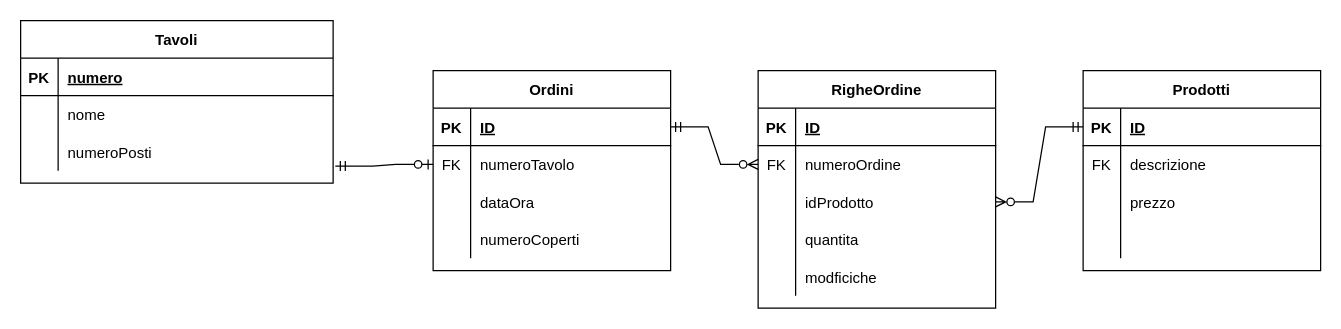
Above: doc/ristorante.drawio in frncg1tsalvad0r/ristorantePHP (draw.io), before the change. Source tidied: cells renumbered, new cells numbered last; positions are measured from the earlier drawing's top-left corner, leaving out a move shared by most shapes. Both pictures are drawn from the tidied source at 125%, with x=0, y=0 at pixel (20, 20).
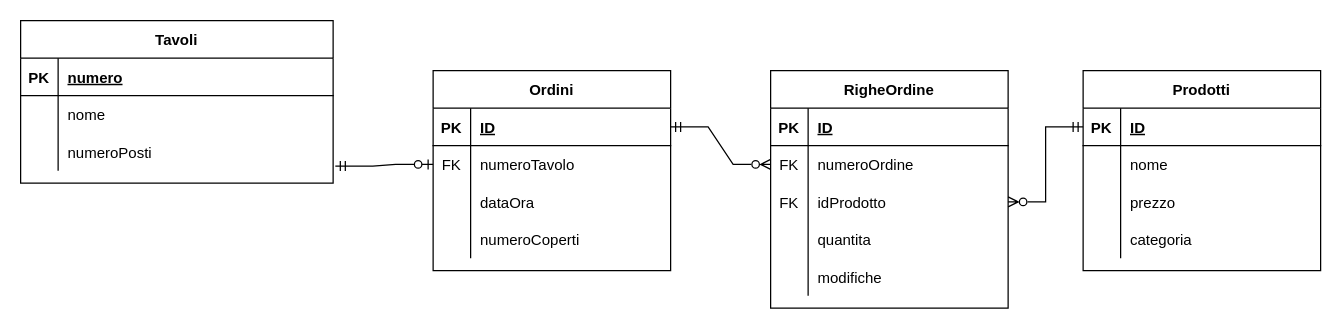
After the change.

Commit message (it also covers changes not shown here):
Aggiungo la funzionalità di ordinare i piatti per prezzo e per nome

The change refers to these unchanged cells:
```xml
<mxCell id="30" style="shape=partialRectangle;fillColor=none;top=0;left=0;right=0;bottom=0;" parent="26" vertex="1">
  <mxGeometry y="60" width="190" height="30" as="geometry" />
</mxCell>
<mxCell id="36" style="shape=partialRectangle;fillColor=none;top=0;left=0;right=0;bottom=0;" parent="26" vertex="1">
  <mxGeometry y="120" width="190" height="30" as="geometry" />
</mxCell>
<mxCell id="46" style="shape=partialRectangle;fillColor=none;points=[[0,0.5],[1,0.5]];portConstraint=eastwest;top=0;left=0;right=0;bottom=0;" parent="39" vertex="1">
  <mxGeometry y="90" width="190" height="30" as="geometry" />
</mxCell>
<mxCell id="52" style="shape=partialRectangle;fillColor=none;top=0;left=0;right=0;bottom=0;" parent="39" vertex="1">
  <mxGeometry y="150" width="190" height="30" as="geometry" />
</mxCell>
```

Diff of the diagram source:
```diff
@@
-    <mxCell id="31" value="FK" style="shape=partialRectangle;overflow=hidden;fillColor=none;top=0;left=0;bottom=0;right=0;" parent="30" vertex="1">
+    <mxCell id="31" style="shape=partialRectangle;overflow=hidden;fillColor=none;top=0;left=0;bottom=0;right=0;" parent="30" vertex="1">
       <mxGeometry width="30" height="30" as="geometry" />
     </mxCell>
-    <mxCell id="32" value="descrizione" style="shape=partialRectangle;overflow=hidden;fillColor=none;top=0;left=0;bottom=0;right=0;align=left;spacingLeft=6;" parent="30" vertex="1">
+    <mxCell id="32" value="nome" style="shape=partialRectangle;overflow=hidden;fillColor=none;top=0;left=0;bottom=0;right=0;align=left;spacingLeft=6;" parent="30" vertex="1">
       <mxGeometry x="30" width="160" height="30" as="geometry" />
     </mxCell>
@@
-    <mxCell id="38" style="shape=partialRectangle;overflow=hidden;fillColor=none;top=0;left=0;bottom=0;right=0;align=left;spacingLeft=6;" parent="36" vertex="1">
+    <mxCell id="38" value="categoria" style="shape=partialRectangle;overflow=hidden;fillColor=none;top=0;left=0;bottom=0;right=0;align=left;spacingLeft=6;" parent="36" vertex="1">
       <mxGeometry x="30" width="160" height="30" as="geometry" />
     </mxCell>
     <mxCell id="39" value="RigheOrdine" style="shape=table;startSize=30;childLayout=tableLayout;rowLines=0;fontStyle=1;align=center;" parent="1" vertex="1">
-      <mxGeometry x="590" y="40" width="190" height="190" as="geometry" />
+      <mxGeometry x="600" y="40" width="190" height="190" as="geometry" />
     </mxCell>
@@
-    <mxCell id="47" style="shape=partialRectangle;overflow=hidden;fillColor=none;top=0;left=0;bottom=0;right=0;" parent="46" vertex="1">
+    <mxCell id="47" value="FK" style="shape=partialRectangle;overflow=hidden;fillColor=none;top=0;left=0;bottom=0;right=0;" parent="46" vertex="1">
       <mxGeometry width="30" height="30" as="geometry" />
     </mxCell>
@@
-    <mxCell id="54" value="modficiche" style="shape=partialRectangle;overflow=hidden;fillColor=none;top=0;left=0;bottom=0;right=0;align=left;spacingLeft=6;" parent="52" vertex="1">
+    <mxCell id="54" value="modifiche" style="shape=partialRectangle;overflow=hidden;fillColor=none;top=0;left=0;bottom=0;right=0;align=left;spacingLeft=6;" parent="52" vertex="1">
       <mxGeometry x="30" width="160" height="30" as="geometry" />
     </mxCell>
```
